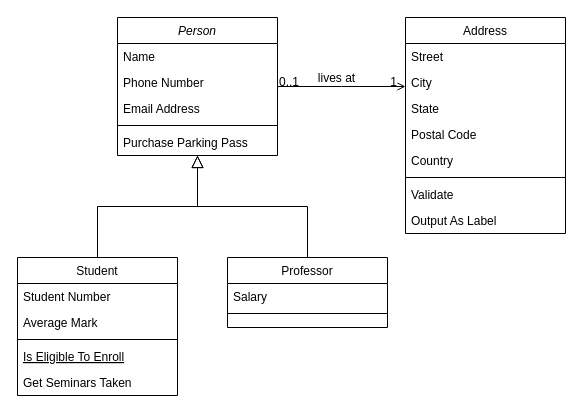
Earlier version of the draw.io diagram Untitled Diagram.drawio (starwar9527/hello-world). Source tidied: cells renumbered, new cells numbered last; positions are measured from the earlier drawing's top-left corner, leaving out a move shared by most shapes. Both pictures are drawn from the tidied source at 100%, with x=0, y=0 at pixel (17, 17).
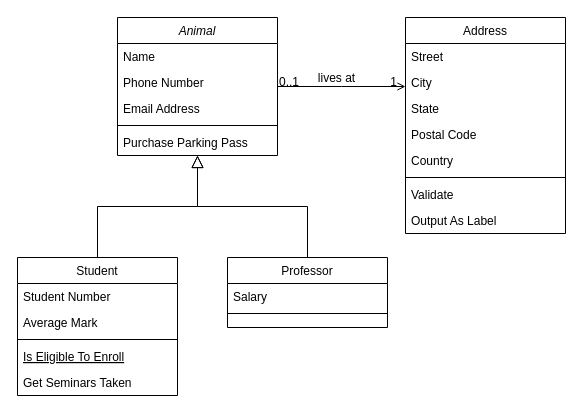
The same page after the edit.

Change to the diagram source:
```diff
@@
-    <mxCell id="2" value="Person" style="swimlane;fontStyle=2;align=center;verticalAlign=top;horizontal=1;startSize=26;rounded=0;shadow=0;strokeWidth=1;" parent="1" vertex="1">
+    <mxCell id="2" value="Animal" style="swimlane;fontStyle=2;align=center;verticalAlign=top;horizontal=1;startSize=26;rounded=0;shadow=0;strokeWidth=1;" parent="1" vertex="1">
       <mxGeometry x="100" width="160" height="138" as="geometry" />
     </mxCell>
```
